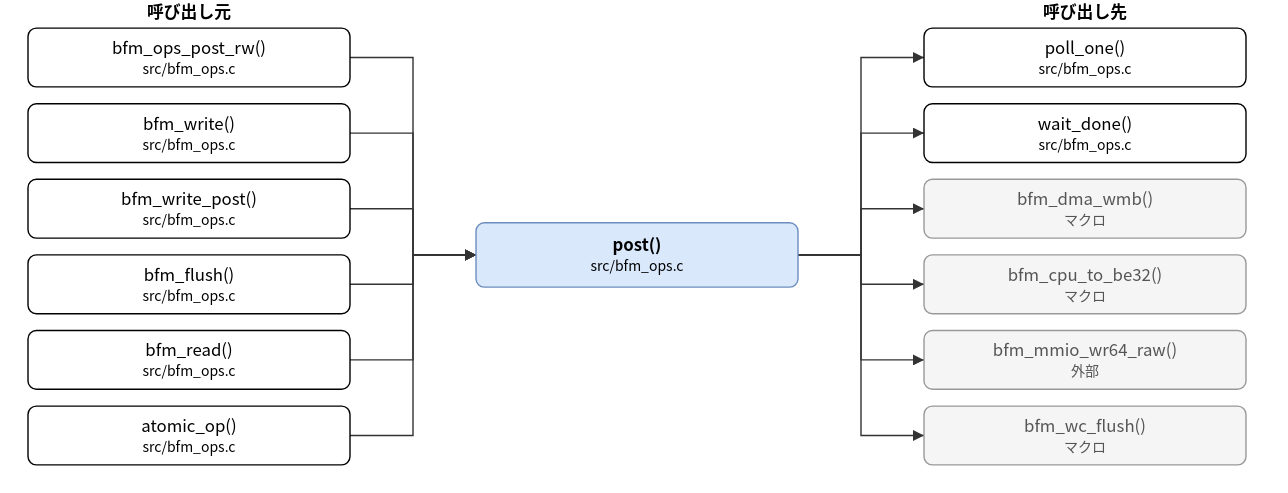
This is doc/spec/images/call_src_bfm_ops-post.drawio.svg from hf355051012-ai/bfmem, a draw.io export, as it was before one commit. Source tidied: cells renumbered, new cells last; positions are measured from the earlier drawing's top-left corner, leaving out a move shared by most shapes.
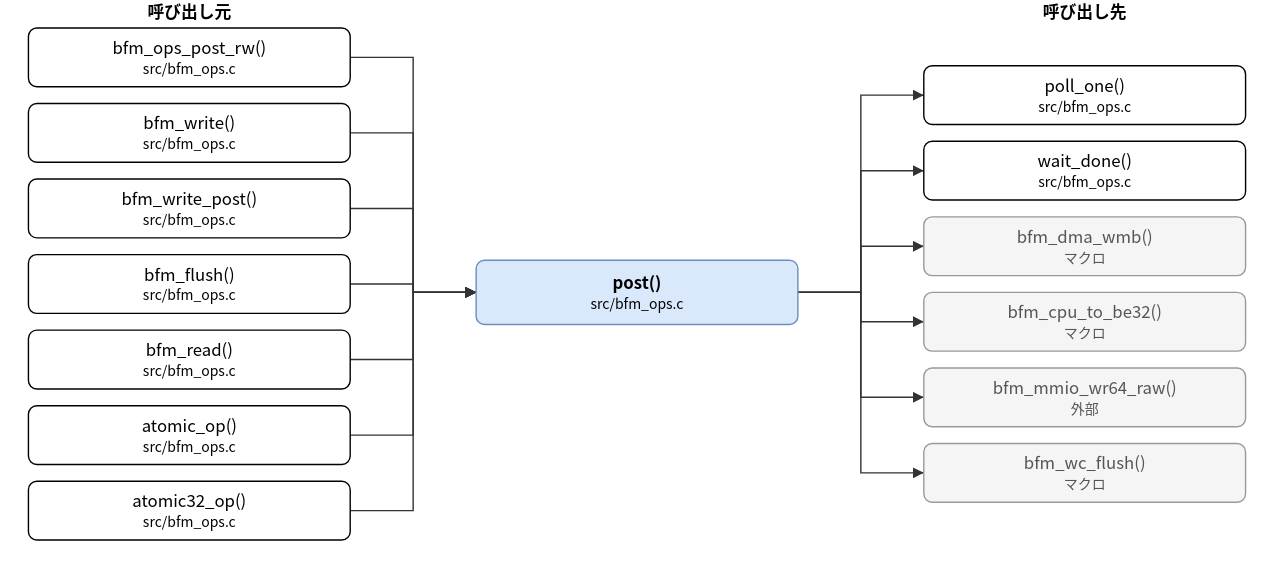
Above is the later version.

The edit, as a diff of the source:
```diff
@@ -3,7 +3,7 @@
     <mxCell id="0" />
     <mxCell id="1" parent="0" />
     <mxCell id="2" value="post()&lt;br&gt;&lt;font style=&quot;font-size:10px&quot;&gt;src/bfm_ops.c&lt;/font&gt;" style="rounded=1;whiteSpace=wrap;html=1;fillColor=#dae8fc;strokeColor=#6c8ebf;fontStyle=1;" parent="1" vertex="1">
-      <mxGeometry x="320" y="159" width="230" height="46" as="geometry" />
+      <mxGeometry x="320" y="186" width="230" height="46" as="geometry" />
     </mxCell>
     <mxCell id="3" value="bfm_ops_post_rw()&lt;br&gt;&lt;font style=&quot;font-size:10px&quot;&gt;src/bfm_ops.c&lt;/font&gt;" style="rounded=1;whiteSpace=wrap;html=1;" parent="1" vertex="1">
       <mxGeometry y="20" width="230" height="42" as="geometry" />
@@ -23,29 +23,32 @@
     <mxCell id="8" value="atomic_op()&lt;br&gt;&lt;font style=&quot;font-size:10px&quot;&gt;src/bfm_ops.c&lt;/font&gt;" style="rounded=1;whiteSpace=wrap;html=1;" parent="1" vertex="1">
       <mxGeometry y="290" width="230" height="42" as="geometry" />
     </mxCell>
+    <mxCell id="29" value="atomic32_op()&lt;br&gt;&lt;font style=&quot;font-size:10px&quot;&gt;src/bfm_ops.c&lt;/font&gt;" style="rounded=1;whiteSpace=wrap;html=1;" parent="1" vertex="1">
+      <mxGeometry y="344" width="230" height="42" as="geometry" />
+    </mxCell>
     <mxCell id="9" value="poll_one()&lt;br&gt;&lt;font style=&quot;font-size:10px&quot;&gt;src/bfm_ops.c&lt;/font&gt;" style="rounded=1;whiteSpace=wrap;html=1;" parent="1" vertex="1">
-      <mxGeometry x="640" y="20" width="230" height="42" as="geometry" />
+      <mxGeometry x="640" y="47" width="230" height="42" as="geometry" />
     </mxCell>
     <mxCell id="10" value="wait_done()&lt;br&gt;&lt;font style=&quot;font-size:10px&quot;&gt;src/bfm_ops.c&lt;/font&gt;" style="rounded=1;whiteSpace=wrap;html=1;" parent="1" vertex="1">
-      <mxGeometry x="640" y="74" width="230" height="42" as="geometry" />
+      <mxGeometry x="640" y="101" width="230" height="42" as="geometry" />
     </mxCell>
     <mxCell id="11" value="bfm_dma_wmb()&lt;br&gt;&lt;font style=&quot;font-size:10px&quot;&gt;マクロ&lt;/font&gt;" style="rounded=1;whiteSpace=wrap;html=1;fillColor=#f5f5f5;strokeColor=#999999;fontColor=#555555;" parent="1" vertex="1">
-      <mxGeometry x="640" y="128" width="230" height="42" as="geometry" />
+      <mxGeometry x="640" y="155" width="230" height="42" as="geometry" />
     </mxCell>
     <mxCell id="12" value="bfm_cpu_to_be32()&lt;br&gt;&lt;font style=&quot;font-size:10px&quot;&gt;マクロ&lt;/font&gt;" style="rounded=1;whiteSpace=wrap;html=1;fillColor=#f5f5f5;strokeColor=#999999;fontColor=#555555;" parent="1" vertex="1">
-      <mxGeometry x="640" y="182" width="230" height="42" as="geometry" />
+      <mxGeometry x="640" y="209" width="230" height="42" as="geometry" />
     </mxCell>
     <mxCell id="13" value="bfm_mmio_wr64_raw()&lt;br&gt;&lt;font style=&quot;font-size:10px&quot;&gt;外部&lt;/font&gt;" style="rounded=1;whiteSpace=wrap;html=1;fillColor=#f5f5f5;strokeColor=#999999;fontColor=#555555;" parent="1" vertex="1">
-      <mxGeometry x="640" y="236" width="230" height="42" as="geometry" />
+      <mxGeometry x="640" y="263" width="230" height="42" as="geometry" />
     </mxCell>
     <mxCell id="14" value="bfm_wc_flush()&lt;br&gt;&lt;font style=&quot;font-size:10px&quot;&gt;マクロ&lt;/font&gt;" style="rounded=1;whiteSpace=wrap;html=1;fillColor=#f5f5f5;strokeColor=#999999;fontColor=#555555;" parent="1" vertex="1">
-      <mxGeometry x="640" y="290" width="230" height="42" as="geometry" />
+      <mxGeometry x="640" y="317" width="230" height="42" as="geometry" />
     </mxCell>
     <mxCell id="15" style="edgeStyle=none;html=1;rounded=0;endArrow=block;endFill=1;exitX=1.0000;exitY=0.5000;exitDx=0;exitDy=0;exitPerimeter=0;entryX=0.0000;entryY=0.5000;entryDx=0;entryDy=0;entryPerimeter=0;" parent="1" edge="1" source="3" target="2">
       <mxGeometry relative="1" as="geometry">
         <Array as="points">
           <mxPoint x="275" y="41" />
-          <mxPoint x="275" y="182" />
+          <mxPoint x="275" y="209" />
         </Array>
       </mxGeometry>
     </mxCell>
@@ -53,7 +56,7 @@
       <mxGeometry relative="1" as="geometry">
         <Array as="points">
           <mxPoint x="275" y="95" />
-          <mxPoint x="275" y="182" />
+          <mxPoint x="275" y="209" />
         </Array>
       </mxGeometry>
     </mxCell>
@@ -61,7 +64,7 @@
       <mxGeometry relative="1" as="geometry">
         <Array as="points">
           <mxPoint x="275" y="149" />
-          <mxPoint x="275" y="182" />
+          <mxPoint x="275" y="209" />
         </Array>
       </mxGeometry>
     </mxCell>
@@ -69,7 +72,7 @@
       <mxGeometry relative="1" as="geometry">
         <Array as="points">
           <mxPoint x="275" y="203" />
-          <mxPoint x="275" y="182" />
+          <mxPoint x="275" y="209" />
         </Array>
       </mxGeometry>
     </mxCell>
@@ -77,7 +80,7 @@
       <mxGeometry relative="1" as="geometry">
         <Array as="points">
           <mxPoint x="275" y="257" />
-          <mxPoint x="275" y="182" />
+          <mxPoint x="275" y="209" />
         </Array>
       </mxGeometry>
     </mxCell>
@@ -85,58 +88,66 @@
       <mxGeometry relative="1" as="geometry">
         <Array as="points">
           <mxPoint x="275" y="311" />
-          <mxPoint x="275" y="182" />
+          <mxPoint x="275" y="209" />
         </Array>
       </mxGeometry>
     </mxCell>
-    <mxCell id="21" style="edgeStyle=none;html=1;rounded=0;endArrow=block;endFill=1;exitX=1.0000;exitY=0.5000;exitDx=0;exitDy=0;exitPerimeter=0;entryX=0.0000;entryY=0.5000;entryDx=0;entryDy=0;entryPerimeter=0;" parent="1" edge="1" source="2" target="9">
+    <mxCell id="21" style="edgeStyle=none;html=1;rounded=0;endArrow=block;endFill=1;exitX=1.0000;exitY=0.5000;exitDx=0;exitDy=0;exitPerimeter=0;entryX=0.0000;entryY=0.5000;entryDx=0;entryDy=0;entryPerimeter=0;" parent="1" edge="1" source="29" target="2">
       <mxGeometry relative="1" as="geometry">
         <Array as="points">
-          <mxPoint x="595" y="182" />
-          <mxPoint x="595" y="41" />
+          <mxPoint x="275" y="365" />
+          <mxPoint x="275" y="209" />
         </Array>
       </mxGeometry>
     </mxCell>
-    <mxCell id="22" style="edgeStyle=none;html=1;rounded=0;endArrow=block;endFill=1;exitX=1.0000;exitY=0.5000;exitDx=0;exitDy=0;exitPerimeter=0;entryX=0.0000;entryY=0.5000;entryDx=0;entryDy=0;entryPerimeter=0;" parent="1" edge="1" source="2" target="10">
+    <mxCell id="22" style="edgeStyle=none;html=1;rounded=0;endArrow=block;endFill=1;exitX=1.0000;exitY=0.5000;exitDx=0;exitDy=0;exitPerimeter=0;entryX=0.0000;entryY=0.5000;entryDx=0;entryDy=0;entryPerimeter=0;" parent="1" edge="1" source="2" target="9">
       <mxGeometry relative="1" as="geometry">
         <Array as="points">
-          <mxPoint x="595" y="182" />
-          <mxPoint x="595" y="95" />
+          <mxPoint x="595" y="209" />
+          <mxPoint x="595" y="68" />
         </Array>
       </mxGeometry>
     </mxCell>
-    <mxCell id="23" style="edgeStyle=none;html=1;rounded=0;endArrow=block;endFill=1;exitX=1.0000;exitY=0.5000;exitDx=0;exitDy=0;exitPerimeter=0;entryX=0.0000;entryY=0.5000;entryDx=0;entryDy=0;entryPerimeter=0;" parent="1" edge="1" source="2" target="11">
+    <mxCell id="23" style="edgeStyle=none;html=1;rounded=0;endArrow=block;endFill=1;exitX=1.0000;exitY=0.5000;exitDx=0;exitDy=0;exitPerimeter=0;entryX=0.0000;entryY=0.5000;entryDx=0;entryDy=0;entryPerimeter=0;" parent="1" edge="1" source="2" target="10">
       <mxGeometry relative="1" as="geometry">
         <Array as="points">
-          <mxPoint x="595" y="182" />
-          <mxPoint x="595" y="149" />
+          <mxPoint x="595" y="209" />
+          <mxPoint x="595" y="122" />
         </Array>
       </mxGeometry>
     </mxCell>
-    <mxCell id="24" style="edgeStyle=none;html=1;rounded=0;endArrow=block;endFill=1;exitX=1.0000;exitY=0.5000;exitDx=0;exitDy=0;exitPerimeter=0;entryX=0.0000;entryY=0.5000;entryDx=0;entryDy=0;entryPerimeter=0;" parent="1" edge="1" source="2" target="12">
+    <mxCell id="24" style="edgeStyle=none;html=1;rounded=0;endArrow=block;endFill=1;exitX=1.0000;exitY=0.5000;exitDx=0;exitDy=0;exitPerimeter=0;entryX=0.0000;entryY=0.5000;entryDx=0;entryDy=0;entryPerimeter=0;" parent="1" edge="1" source="2" target="11">
       <mxGeometry relative="1" as="geometry">
         <Array as="points">
-          <mxPoint x="595" y="182" />
-          <mxPoint x="595" y="203" />
+          <mxPoint x="595" y="209" />
+          <mxPoint x="595" y="176" />
         </Array>
       </mxGeometry>
     </mxCell>
-    <mxCell id="25" style="edgeStyle=none;html=1;rounded=0;endArrow=block;endFill=1;exitX=1.0000;exitY=0.5000;exitDx=0;exitDy=0;exitPerimeter=0;entryX=0.0000;entryY=0.5000;entryDx=0;entryDy=0;entryPerimeter=0;" parent="1" edge="1" source="2" target="13">
+    <mxCell id="25" style="edgeStyle=none;html=1;rounded=0;endArrow=block;endFill=1;exitX=1.0000;exitY=0.5000;exitDx=0;exitDy=0;exitPerimeter=0;entryX=0.0000;entryY=0.5000;entryDx=0;entryDy=0;entryPerimeter=0;" parent="1" edge="1" source="2" target="12">
       <mxGeometry relative="1" as="geometry">
         <Array as="points">
-          <mxPoint x="595" y="182" />
-          <mxPoint x="595" y="257" />
+          <mxPoint x="595" y="209" />
+          <mxPoint x="595" y="230" />
         </Array>
       </mxGeometry>
     </mxCell>
-    <mxCell id="26" style="edgeStyle=none;html=1;rounded=0;endArrow=block;endFill=1;exitX=1.0000;exitY=0.5000;exitDx=0;exitDy=0;exitPerimeter=0;entryX=0.0000;entryY=0.5000;entryDx=0;entryDy=0;entryPerimeter=0;" parent="1" edge="1" source="2" target="14">
+    <mxCell id="26" style="edgeStyle=none;html=1;rounded=0;endArrow=block;endFill=1;exitX=1.0000;exitY=0.5000;exitDx=0;exitDy=0;exitPerimeter=0;entryX=0.0000;entryY=0.5000;entryDx=0;entryDy=0;entryPerimeter=0;" parent="1" edge="1" source="2" target="13">
       <mxGeometry relative="1" as="geometry">
         <Array as="points">
-          <mxPoint x="595" y="182" />
-          <mxPoint x="595" y="311" />
+          <mxPoint x="595" y="209" />
+          <mxPoint x="595" y="284" />
         </Array>
       </mxGeometry>
     </mxCell>
+    <mxCell id="30" style="edgeStyle=none;html=1;rounded=0;endArrow=block;endFill=1;exitX=1.0000;exitY=0.5000;exitDx=0;exitDy=0;exitPerimeter=0;entryX=0.0000;entryY=0.5000;entryDx=0;entryDy=0;entryPerimeter=0;" parent="1" edge="1" source="2" target="14">
+      <mxGeometry relative="1" as="geometry">
+        <Array as="points">
+          <mxPoint x="595" y="209" />
+          <mxPoint x="595" y="338" />
+        </Array>
+      </mxGeometry>
+    </mxCell>
     <mxCell id="27" value="呼び出し元" style="text;html=1;align=center;fontStyle=1;" parent="1" vertex="1">
       <mxGeometry x="35" width="160" height="18" as="geometry" />
     </mxCell>
```
